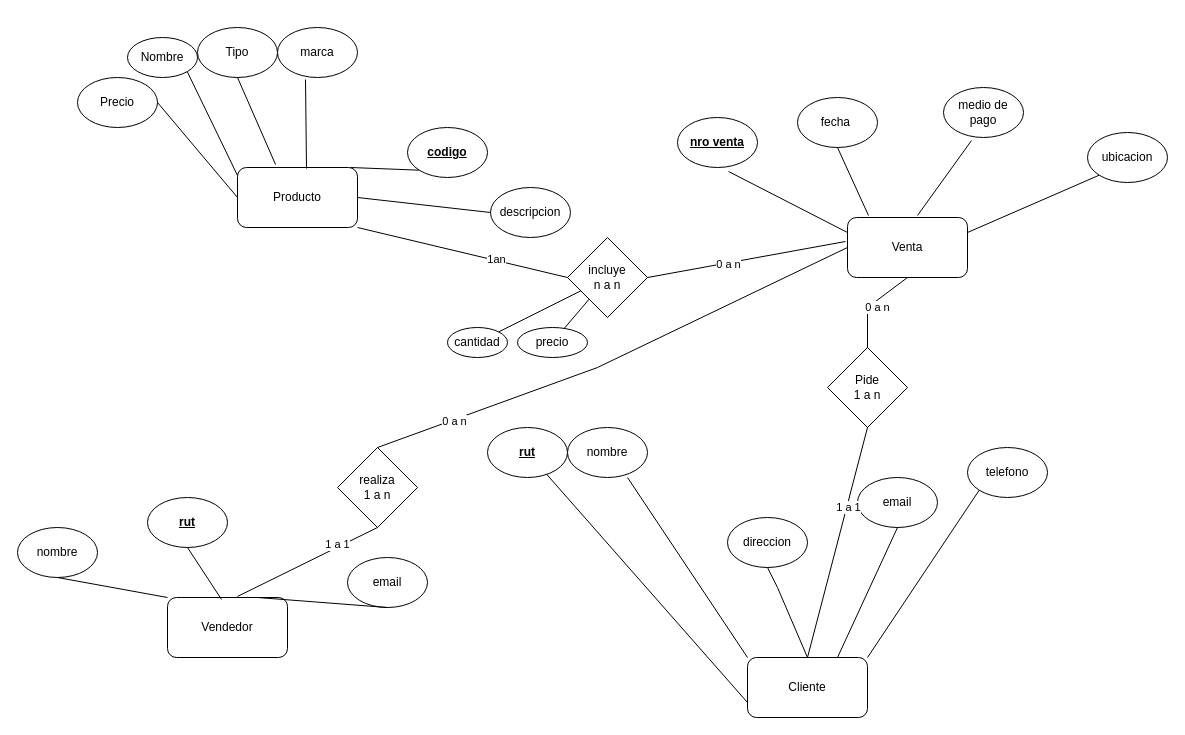
RafaUribeG/WorkgroupAndroid keeps this draw.io diagram as Untitled Diagram.drawio. Above is the earlier version. Source tidied: cells renumbered, new cells numbered last; positions are measured from the earlier drawing's top-left corner, leaving out a move shared by most shapes. Both pictures are drawn from the tidied source at 100%, with x=0, y=0 at pixel (17, 27).
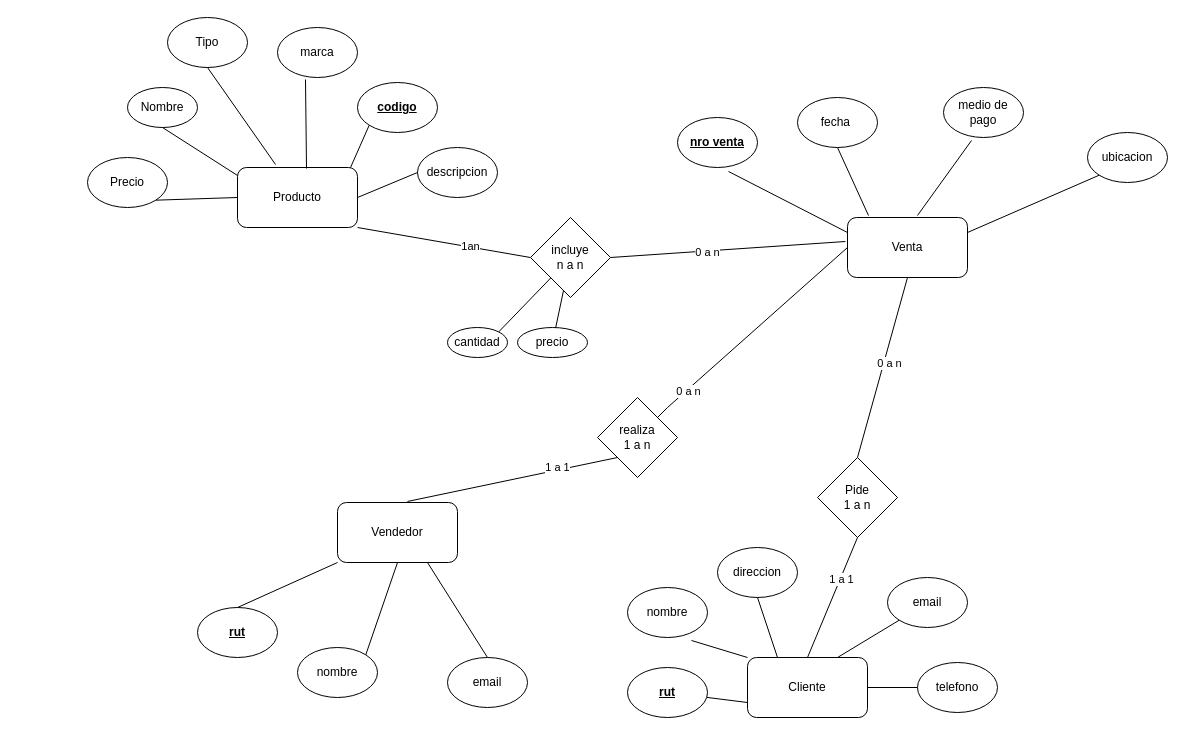
The same diagram, later.

Unchanged cells that the change refers to:
```xml
<mxCell id="2" value="Producto" style="rounded=1;whiteSpace=wrap;html=1;" parent="1" vertex="1">
  <mxGeometry x="220" y="140" width="120" height="60" as="geometry" />
</mxCell>
<mxCell id="9" value="Cliente" style="rounded=1;whiteSpace=wrap;html=1;" parent="1" vertex="1">
  <mxGeometry x="730" y="630" width="120" height="60" as="geometry" />
</mxCell>
<mxCell id="37" value="Venta" style="rounded=1;whiteSpace=wrap;html=1;" parent="1" vertex="1">
  <mxGeometry x="830" y="190" width="120" height="60" as="geometry" />
</mxCell>
```

Change to the diagram source:
```diff
@@
     <mxCell id="3" value="Precio" style="ellipse;whiteSpace=wrap;html=1;" parent="1" vertex="1">
-      <mxGeometry x="60" y="50" width="80" height="50" as="geometry" />
+      <mxGeometry x="70" y="130" width="80" height="50" as="geometry" />
     </mxCell>
     <mxCell id="4" value="Nombre" style="ellipse;whiteSpace=wrap;html=1;" parent="1" vertex="1">
-      <mxGeometry x="110" y="10" width="70" height="40" as="geometry" />
+      <mxGeometry x="110" y="60" width="70" height="40" as="geometry" />
     </mxCell>
     <mxCell id="5" value="Tipo" style="ellipse;whiteSpace=wrap;html=1;" parent="1" vertex="1">
-      <mxGeometry x="180" width="80" height="50" as="geometry" />
+      <mxGeometry x="150" y="-10" width="80" height="50" as="geometry" />
     </mxCell>
@@
     <mxCell id="7" value="&lt;u&gt;&lt;b&gt;codigo&lt;/b&gt;&lt;/u&gt;" style="ellipse;whiteSpace=wrap;html=1;" parent="1" vertex="1">
-      <mxGeometry x="390" y="100" width="80" height="50" as="geometry" />
+      <mxGeometry x="340" y="55" width="80" height="50" as="geometry" />
     </mxCell>
     <mxCell id="8" value="descripcion" style="ellipse;whiteSpace=wrap;html=1;" parent="1" vertex="1">
-      <mxGeometry x="473" y="160" width="80" height="50" as="geometry" />
+      <mxGeometry x="400" y="120" width="80" height="50" as="geometry" />
     </mxCell>
@@
     <mxCell id="10" value="&lt;u&gt;&lt;b&gt;rut&lt;/b&gt;&lt;/u&gt;" style="ellipse;whiteSpace=wrap;html=1;" parent="1" vertex="1">
-      <mxGeometry x="470" y="400" width="80" height="50" as="geometry" />
+      <mxGeometry x="610" y="640" width="80" height="50" as="geometry" />
     </mxCell>
     <mxCell id="11" value="nombre" style="ellipse;whiteSpace=wrap;html=1;" parent="1" vertex="1">
-      <mxGeometry x="550" y="400" width="80" height="50" as="geometry" />
+      <mxGeometry x="610" y="560" width="80" height="50" as="geometry" />
     </mxCell>
     <mxCell id="12" value="direccion" style="ellipse;whiteSpace=wrap;html=1;" parent="1" vertex="1">
-      <mxGeometry x="710" y="490" width="80" height="50" as="geometry" />
+      <mxGeometry x="700" y="520" width="80" height="50" as="geometry" />
     </mxCell>
     <mxCell id="13" value="email" style="ellipse;whiteSpace=wrap;html=1;" parent="1" vertex="1">
-      <mxGeometry x="840" y="450" width="80" height="50" as="geometry" />
+      <mxGeometry x="870" y="550" width="80" height="50" as="geometry" />
     </mxCell>
@@
-    <mxCell id="15" style="endArrow=none;html=1;rounded=0;entryX=0;entryY=0;entryDx=0;entryDy=0;" parent="1" edge="1" target="9">
-      <mxGeometry relative="1" as="geometry">
-        <mxPoint x="610" y="450" as="sourcePoint" />
-      </mxGeometry>
+    <mxCell id="15" style="endArrow=none;html=1;rounded=0;entryX=0;entryY=0;entryDx=0;entryDy=0;exitX=0.8;exitY=1.06;exitDx=0;exitDy=0;exitPerimeter=0;" parent="1" edge="1" source="11" target="9">
+      <mxGeometry relative="1" as="geometry" />
     </mxCell>
     <mxCell id="16" value="telefono" style="ellipse;whiteSpace=wrap;html=1;" parent="1" vertex="1">
-      <mxGeometry x="950" y="420" width="80" height="50" as="geometry" />
+      <mxGeometry x="900" y="635" width="80" height="50" as="geometry" />
     </mxCell>
-    <mxCell id="17" style="endArrow=none;html=1;rounded=0;exitX=0.5;exitY=0;exitDx=0;exitDy=0;entryX=0.5;entryY=1;entryDx=0;entryDy=0;" parent="1" edge="1" source="9" target="12">
-      <mxGeometry relative="1" as="geometry">
-        <Array as="points">
-          <mxPoint x="760" y="560" />
-        </Array>
-      </mxGeometry>
+    <mxCell id="17" style="endArrow=none;html=1;rounded=0;exitX=0.25;exitY=0;exitDx=0;exitDy=0;entryX=0.5;entryY=1;entryDx=0;entryDy=0;" parent="1" edge="1" source="9" target="12">
+      <mxGeometry relative="1" as="geometry" />
     </mxCell>
-    <mxCell id="18" style="endArrow=none;html=1;rounded=0;exitX=0.75;exitY=0;exitDx=0;exitDy=0;entryX=0.5;entryY=1;entryDx=0;entryDy=0;" parent="1" edge="1" source="9" target="13">
+    <mxCell id="18" style="endArrow=none;html=1;rounded=0;exitX=0.75;exitY=0;exitDx=0;exitDy=0;entryX=0;entryY=1;entryDx=0;entryDy=0;" parent="1" edge="1" source="9" target="13">
       <mxGeometry relative="1" as="geometry" />
     </mxCell>
-    <mxCell id="19" style="endArrow=none;html=1;rounded=0;entryX=0;entryY=1;entryDx=0;entryDy=0;exitX=1;exitY=0;exitDx=0;exitDy=0;" parent="1" edge="1" source="9" target="16">
+    <mxCell id="19" style="endArrow=none;html=1;rounded=0;exitX=1;exitY=0.5;exitDx=0;exitDy=0;entryX=0;entryY=0.5;entryDx=0;entryDy=0;" parent="1" edge="1" source="9" target="16">
       <mxGeometry relative="1" as="geometry" />
     </mxCell>
     <mxCell id="20" value="Vendedor" style="rounded=1;whiteSpace=wrap;html=1;" parent="1" vertex="1">
-      <mxGeometry x="150" y="570" width="120" height="60" as="geometry" />
+      <mxGeometry x="320" y="475" width="120" height="60" as="geometry" />
     </mxCell>
     <mxCell id="21" value="nombre" style="ellipse;whiteSpace=wrap;html=1;" parent="1" vertex="1">
-      <mxGeometry y="500" width="80" height="50" as="geometry" />
+      <mxGeometry x="280" y="620" width="80" height="50" as="geometry" />
     </mxCell>
     <mxCell id="22" value="&lt;u&gt;&lt;b&gt;rut&lt;/b&gt;&lt;/u&gt;" style="ellipse;whiteSpace=wrap;html=1;" parent="1" vertex="1">
-      <mxGeometry x="130" y="470" width="80" height="50" as="geometry" />
+      <mxGeometry x="180" y="580" width="80" height="50" as="geometry" />
     </mxCell>
     <mxCell id="23" value="email" style="ellipse;whiteSpace=wrap;html=1;" parent="1" vertex="1">
-      <mxGeometry x="330" y="530" width="80" height="50" as="geometry" />
+      <mxGeometry x="430" y="630" width="80" height="50" as="geometry" />
     </mxCell>
-    <mxCell id="24" style="endArrow=none;html=1;rounded=0;entryX=0.5;entryY=1;entryDx=0;entryDy=0;exitX=0;exitY=0;exitDx=0;exitDy=0;" parent="1" edge="1" source="20" target="21">
+    <mxCell id="24" style="endArrow=none;html=1;rounded=0;entryX=1;entryY=0;entryDx=0;entryDy=0;exitX=0.5;exitY=1;exitDx=0;exitDy=0;" parent="1" edge="1" source="20" target="21">
       <mxGeometry relative="1" as="geometry" />
     </mxCell>
-    <mxCell id="25" style="endArrow=none;html=1;rounded=0;entryX=0.5;entryY=1;entryDx=0;entryDy=0;exitX=0.45;exitY=0.033;exitDx=0;exitDy=0;exitPerimeter=0;" parent="1" edge="1" source="20" target="22">
+    <mxCell id="25" style="endArrow=none;html=1;rounded=0;entryX=0.5;entryY=0;entryDx=0;entryDy=0;exitX=0;exitY=1;exitDx=0;exitDy=0;" parent="1" edge="1" source="20" target="22">
       <mxGeometry relative="1" as="geometry" />
     </mxCell>
-    <mxCell id="26" style="endArrow=none;html=1;rounded=0;exitX=0.75;exitY=0;exitDx=0;exitDy=0;entryX=0.5;entryY=1;entryDx=0;entryDy=0;" parent="1" edge="1" source="20" target="23">
+    <mxCell id="26" style="endArrow=none;html=1;rounded=0;exitX=0.75;exitY=1;exitDx=0;exitDy=0;entryX=0.5;entryY=0;entryDx=0;entryDy=0;" parent="1" edge="1" source="20" target="23">
       <mxGeometry relative="1" as="geometry" />
     </mxCell>
     <mxCell id="27" value="Pide&lt;br&gt;1 a n" style="rhombus;whiteSpace=wrap;html=1;" parent="1" vertex="1">
-      <mxGeometry x="810" y="320" width="80" height="80" as="geometry" />
+      <mxGeometry x="800" y="430" width="80" height="80" as="geometry" />
     </mxCell>
     <mxCell id="28" style="endArrow=none;html=1;rounded=0;entryX=0.5;entryY=0;entryDx=0;entryDy=0;exitX=0.5;exitY=1;exitDx=0;exitDy=0;" parent="1" edge="1" source="37" target="27">
-      <mxGeometry relative="1" as="geometry">
-        <Array as="points">
-          <mxPoint x="850" y="280" />
-        </Array>
-      </mxGeometry>
+      <mxGeometry relative="1" as="geometry" />
     </mxCell>
@@
     <mxCell id="32" value="realiza&lt;br&gt;1 a n" style="rhombus;whiteSpace=wrap;html=1;" parent="1" vertex="1">
-      <mxGeometry x="320" y="420" width="80" height="80" as="geometry" />
+      <mxGeometry x="580" y="370" width="80" height="80" as="geometry" />
     </mxCell>
-    <mxCell id="33" style="endArrow=none;html=1;rounded=0;exitX=0.5;exitY=0;exitDx=0;exitDy=0;entryX=0;entryY=0.5;entryDx=0;entryDy=0;" parent="1" edge="1" source="32" target="37">
+    <mxCell id="33" style="endArrow=none;html=1;rounded=0;entryX=0;entryY=0.5;entryDx=0;entryDy=0;" parent="1" edge="1" source="32" target="37">
       <mxGeometry relative="1" as="geometry">
         <Array as="points">
-          <mxPoint x="580" y="340" />
+          <mxPoint x="650" y="380" />
         </Array>
       </mxGeometry>
     </mxCell>
@@
-    <mxCell id="35" style="endArrow=none;html=1;rounded=0;entryX=0.5;entryY=1;entryDx=0;entryDy=0;exitX=0.583;exitY=-0.017;exitDx=0;exitDy=0;exitPerimeter=0;" parent="1" edge="1" source="20" target="32">
+    <mxCell id="35" style="endArrow=none;html=1;rounded=0;entryX=0;entryY=1;entryDx=0;entryDy=0;exitX=0.583;exitY=-0.017;exitDx=0;exitDy=0;exitPerimeter=0;" parent="1" edge="1" source="20" target="32">
       <mxGeometry relative="1" as="geometry" />
     </mxCell>
@@
     <mxCell id="46" value="incluye&lt;br&gt;n a n" style="rhombus;whiteSpace=wrap;html=1;" parent="1" vertex="1">
-      <mxGeometry x="550" y="210" width="80" height="80" as="geometry" />
+      <mxGeometry x="513" y="190" width="80" height="80" as="geometry" />
     </mxCell>
@@
-    <mxCell id="55" style="endArrow=none;html=1;rounded=0;entryX=1;entryY=0.5;entryDx=0;entryDy=0;exitX=0;exitY=0.5;exitDx=0;exitDy=0;" parent="1" edge="1" source="2" target="3">
+    <mxCell id="55" style="endArrow=none;html=1;rounded=0;entryX=1;entryY=1;entryDx=0;entryDy=0;exitX=0;exitY=0.5;exitDx=0;exitDy=0;" parent="1" edge="1" source="2" target="3">
       <mxGeometry relative="1" as="geometry" />
     </mxCell>
-    <mxCell id="56" style="endArrow=none;html=1;rounded=0;entryX=1;entryY=1;entryDx=0;entryDy=0;exitX=0;exitY=0.133;exitDx=0;exitDy=0;exitPerimeter=0;" parent="1" edge="1" source="2" target="4">
+    <mxCell id="56" style="endArrow=none;html=1;rounded=0;entryX=0.5;entryY=1;entryDx=0;entryDy=0;exitX=0;exitY=0.133;exitDx=0;exitDy=0;exitPerimeter=0;" parent="1" edge="1" source="2" target="4">
       <mxGeometry relative="1" as="geometry" />
     </mxCell>
```
